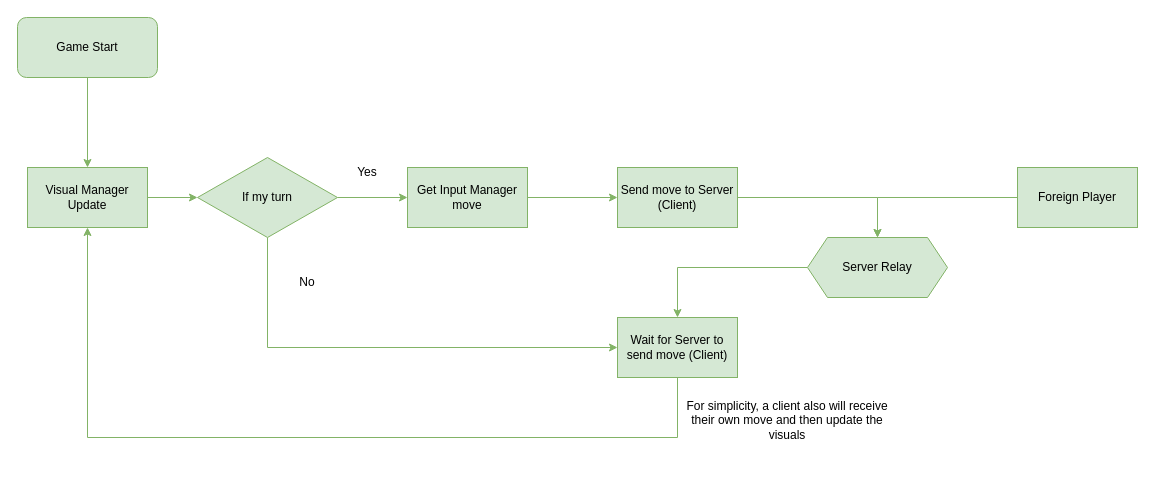
This is page "Game Flow" (5 of 5) of Plan Diagram (draw.io).drawio from Robert-M-Lucas/NEA, a draw.io file, before an edit. Source tidied: cells renumbered, new cells numbered last; positions are measured from the earlier drawing's top-left corner, leaving out a move shared by most shapes. Both pictures are drawn from the tidied source at 100%, with x=0, y=0 at pixel (17, 17).
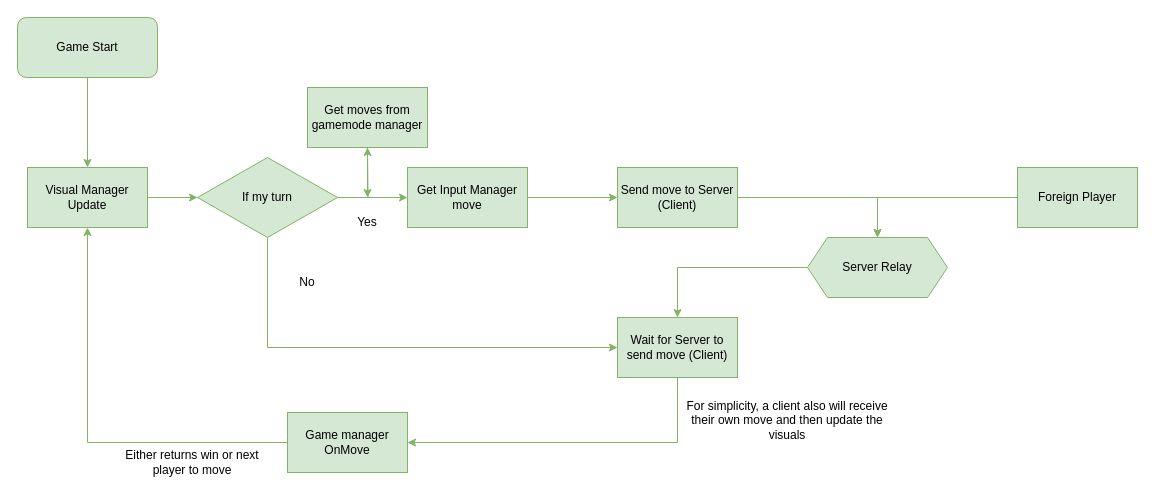
After the change.

The change refers to these unchanged cells:
```xml
<mxCell id="6" value="If my turn" style="rhombus;whiteSpace=wrap;html=1;fillColor=#d5e8d4;strokeColor=#82b366;" parent="1" vertex="1">
  <mxGeometry x="180" y="140" width="140" height="80" as="geometry" />
</mxCell>
<mxCell id="8" value="Visual Manager Update" style="rounded=0;whiteSpace=wrap;html=1;fillColor=#d5e8d4;strokeColor=#82b366;" parent="1" vertex="1">
  <mxGeometry x="10" y="150" width="120" height="60" as="geometry" />
</mxCell>
<mxCell id="14" value="Wait for Server to send move (Client)" style="rounded=0;whiteSpace=wrap;html=1;fillColor=#d5e8d4;strokeColor=#82b366;" parent="1" vertex="1">
  <mxGeometry x="600" y="300" width="120" height="60" as="geometry" />
</mxCell>
```

What changed in the source:
```diff
@@
+    <mxCell id="22" style="edgeStyle=orthogonalEdgeStyle;rounded=0;jettySize=auto;html=1;exitX=1;exitY=0.5;exitDx=0;exitDy=0;fillColor=#d5e8d4;strokeColor=#82b366;" parent="1" edge="1" source="6">
+      <mxGeometry relative="1" as="geometry">
+        <mxPoint x="350" y="130" as="targetPoint" />
+      </mxGeometry>
+    </mxCell>
@@
-    <mxCell id="13" style="edgeStyle=orthogonalEdgeStyle;rounded=0;jettySize=auto;html=1;entryX=0.5;entryY=1;entryDx=0;entryDy=0;fillColor=#d5e8d4;strokeColor=#82b366;" parent="1" edge="1" source="14" target="8">
-      <mxGeometry relative="1" as="geometry">
-        <Array as="points">
-          <mxPoint x="660" y="420" />
-          <mxPoint x="70" y="420" />
-        </Array>
-      </mxGeometry>
-    </mxCell>
+    <mxCell id="23" style="edgeStyle=orthogonalEdgeStyle;rounded=0;jettySize=auto;html=1;exitX=0.5;exitY=1;exitDx=0;exitDy=0;entryX=1;entryY=0.5;entryDx=0;entryDy=0;fillColor=#d5e8d4;strokeColor=#82b366;" parent="1" edge="1" source="14" target="27">
+      <mxGeometry relative="1" as="geometry" />
+    </mxCell>
@@
     <mxCell id="15" value="Yes" style="text;html=1;align=center;verticalAlign=middle;whiteSpace=wrap;rounded=0;" parent="1" vertex="1">
-      <mxGeometry x="320" y="140" width="60" height="30" as="geometry" />
+      <mxGeometry x="320" y="190" width="60" height="30" as="geometry" />
     </mxCell>
@@
+    <mxCell id="24" style="edgeStyle=orthogonalEdgeStyle;rounded=0;jettySize=auto;html=1;exitX=0.5;exitY=1;exitDx=0;exitDy=0;fillColor=#d5e8d4;strokeColor=#82b366;" parent="1" edge="1" source="25">
+      <mxGeometry relative="1" as="geometry">
+        <mxPoint x="350" y="180" as="targetPoint" />
+      </mxGeometry>
+    </mxCell>
+    <mxCell id="25" value="Get moves from gamemode manager" style="rounded=0;whiteSpace=wrap;html=1;fillColor=#d5e8d4;strokeColor=#82b366;" parent="1" vertex="1">
+      <mxGeometry x="290" y="70" width="120" height="60" as="geometry" />
+    </mxCell>
+    <mxCell id="26" style="edgeStyle=orthogonalEdgeStyle;rounded=0;jettySize=auto;html=1;exitX=0;exitY=0.5;exitDx=0;exitDy=0;entryX=0.5;entryY=1;entryDx=0;entryDy=0;fillColor=#d5e8d4;strokeColor=#82b366;" parent="1" edge="1" source="27" target="8">
+      <mxGeometry relative="1" as="geometry" />
+    </mxCell>
+    <mxCell id="27" value="Game manager OnMove" style="rounded=0;whiteSpace=wrap;html=1;fillColor=#d5e8d4;strokeColor=#82b366;" parent="1" vertex="1">
+      <mxGeometry x="270" y="395" width="120" height="60" as="geometry" />
+    </mxCell>
+    <mxCell id="28" value="Either returns win or next player to move" style="text;html=1;strokeColor=none;fillColor=none;align=center;verticalAlign=middle;whiteSpace=wrap;rounded=0;" parent="1" vertex="1">
+      <mxGeometry x="90" y="430" width="170" height="30" as="geometry" />
+    </mxCell>
```
